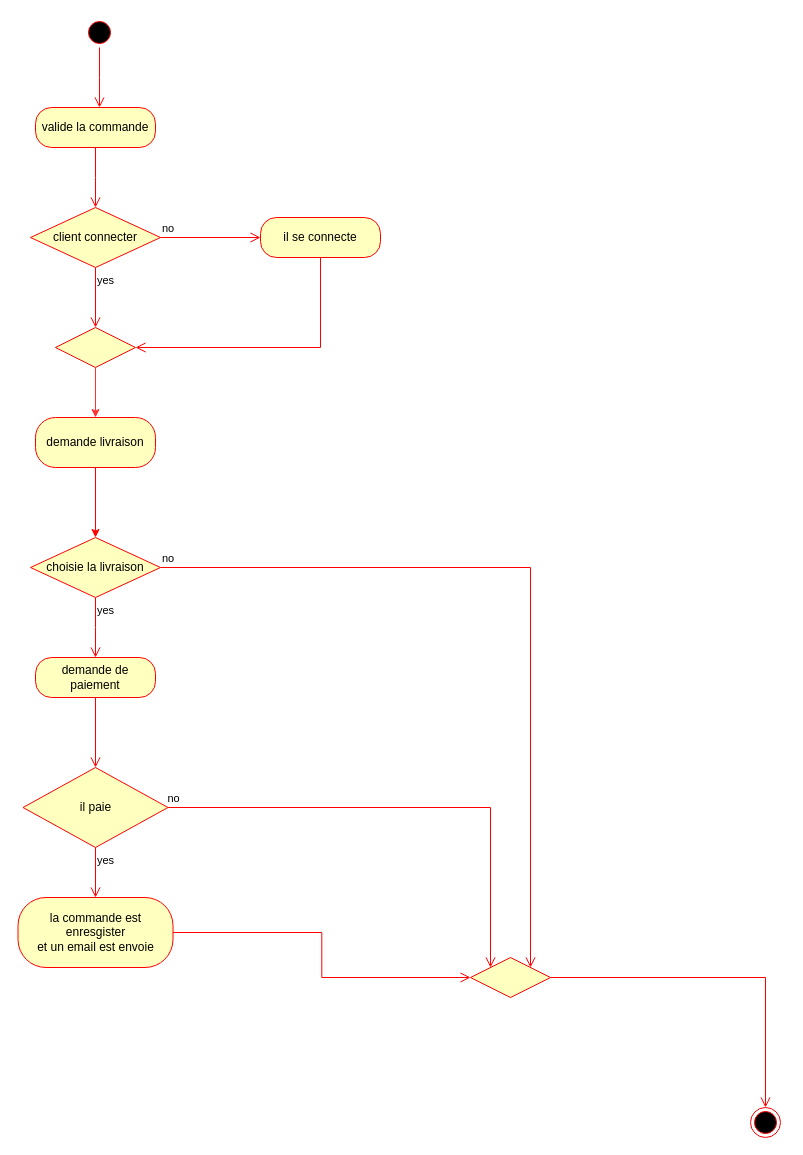
The draw.io diagram fil_rouge/diagramme d'activiter.drawio in qsaval/cda, before the edit. Source tidied: cells renumbered, new cells numbered last; positions are measured from the earlier drawing's top-left corner, leaving out a move shared by most shapes. Both pictures are drawn from the tidied source at 100%, with x=0, y=0 at pixel (18, 17).
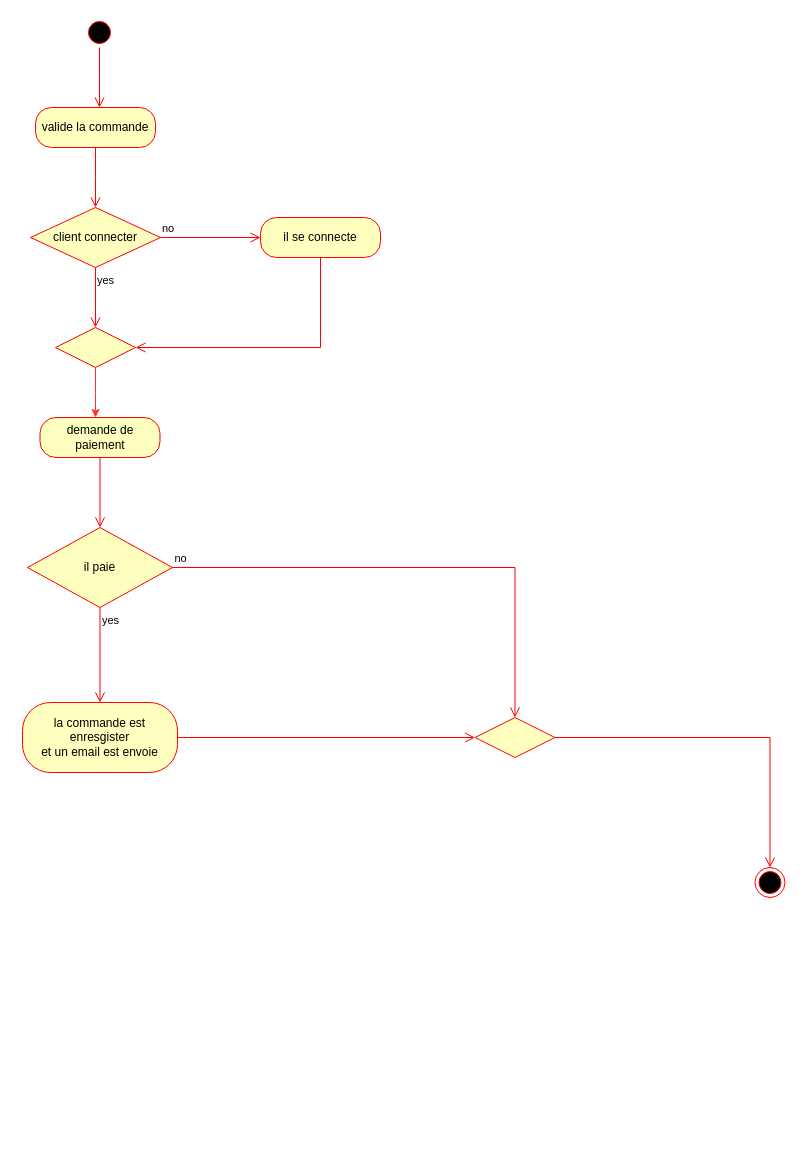
The same diagram, later.

The change refers to these unchanged cells:
```xml
<mxCell id="12" style="rhombus;whiteSpace=wrap;html=1;fontColor=#000000;fillColor=#ffffc0;strokeColor=#ff0000;" parent="1" vertex="1">
  <mxGeometry x="37" y="310" width="80" height="40" as="geometry" />
</mxCell>
```

The edit, as a diff of the source:
```diff
@@
-    <mxCell id="11" style="edgeStyle=orthogonalEdgeStyle;rounded=0;jettySize=auto;html=1;strokeColor=#FF3333;" parent="1" edge="1" source="12" target="14">
-      <mxGeometry relative="1" as="geometry" />
+    <mxCell id="11" style="edgeStyle=orthogonalEdgeStyle;rounded=0;jettySize=auto;html=1;strokeColor=#FF3333;" parent="1" edge="1" source="12">
+      <mxGeometry relative="1" as="geometry">
+        <mxPoint x="77" y="400" as="targetPoint" />
+      </mxGeometry>
     </mxCell>
@@
-    <mxCell id="13" style="edgeStyle=orthogonalEdgeStyle;rounded=0;jettySize=auto;html=1;entryX=0.5;entryY=0;entryDx=0;entryDy=0;fillColor=#a20025;strokeColor=#FF0000;" parent="1" edge="1" source="14" target="16">
-      <mxGeometry relative="1" as="geometry" />
-    </mxCell>
-    <mxCell id="14" value="demande livraison" style="rounded=1;whiteSpace=wrap;html=1;arcSize=40;fontColor=#000000;fillColor=#ffffc0;strokeColor=#ff0000;" parent="1" vertex="1">
-      <mxGeometry x="17" y="400" width="120" height="50" as="geometry" />
-    </mxCell>
     <mxCell id="15" style="ellipse;html=1;shape=endState;fillColor=#000000;strokeColor=#ff0000;" parent="1" vertex="1">
-      <mxGeometry x="732" y="1090" width="30" height="30" as="geometry" />
+      <mxGeometry x="736.5" y="850" width="30" height="30" as="geometry" />
     </mxCell>
-    <mxCell id="16" value="choisie la livraison" style="rhombus;whiteSpace=wrap;html=1;fontColor=#000000;fillColor=#ffffc0;strokeColor=#ff0000;" parent="1" vertex="1">
-      <mxGeometry x="12" y="520" width="130" height="60" as="geometry" />
-    </mxCell>
-    <mxCell id="17" value="no" style="edgeStyle=orthogonalEdgeStyle;html=1;align=left;verticalAlign=bottom;endArrow=open;endSize=8;strokeColor=#ff0000;rounded=0;entryX=1;entryY=0;entryDx=0;entryDy=0;" parent="1" edge="1" source="16" target="27">
-      <mxGeometry x="-1" relative="1" as="geometry" />
-    </mxCell>
-    <mxCell id="18" value="yes" style="edgeStyle=orthogonalEdgeStyle;html=1;align=left;verticalAlign=top;endArrow=open;endSize=8;strokeColor=#ff0000;rounded=0;" parent="1" edge="1" source="16">
-      <mxGeometry x="-1" relative="1" as="geometry">
-        <mxPoint x="77" y="640" as="targetPoint" />
-      </mxGeometry>
-    </mxCell>
     <mxCell id="19" value="demande de paiement" style="rounded=1;whiteSpace=wrap;html=1;arcSize=40;fontColor=#000000;fillColor=#ffffc0;strokeColor=#ff0000;" parent="1" vertex="1">
-      <mxGeometry x="17" y="640" width="120" height="40" as="geometry" />
+      <mxGeometry x="21.5" y="400" width="120" height="40" as="geometry" />
     </mxCell>
@@
     <mxCell id="21" value="il paie" style="rhombus;whiteSpace=wrap;html=1;fontColor=#000000;fillColor=#ffffc0;strokeColor=#ff0000;" parent="1" vertex="1">
-      <mxGeometry x="4.5" y="750" width="145" height="80" as="geometry" />
+      <mxGeometry x="9" y="510" width="145" height="80" as="geometry" />
     </mxCell>
-    <mxCell id="22" style="edgeStyle=orthogonalEdgeStyle;html=1;align=left;verticalAlign=bottom;endArrow=open;endSize=8;strokeColor=#ff0000;rounded=0;entryX=0;entryY=0;entryDx=0;entryDy=0;" parent="1" edge="1" source="21" target="27">
+    <mxCell id="22" style="edgeStyle=orthogonalEdgeStyle;html=1;align=left;verticalAlign=bottom;endArrow=open;endSize=8;strokeColor=#ff0000;rounded=0;entryX=0.5;entryY=0;entryDx=0;entryDy=0;" parent="1" edge="1" source="21" target="27">
       <mxGeometry x="-1" relative="1" as="geometry" />
     </mxCell>
@@
-    <mxCell id="24" value="yes" style="html=1;align=left;verticalAlign=top;endArrow=open;endSize=8;strokeColor=#ff0000;rounded=0;exitX=0.5;exitY=1;exitDx=0;exitDy=0;" parent="1" edge="1" source="21">
-      <mxGeometry x="-1" relative="1" as="geometry">
-        <mxPoint x="77" y="880" as="targetPoint" />
-      </mxGeometry>
+    <mxCell id="24" value="yes" style="html=1;align=left;verticalAlign=top;endArrow=open;endSize=8;strokeColor=#ff0000;rounded=0;exitX=0.5;exitY=1;exitDx=0;exitDy=0;entryX=0.5;entryY=0;entryDx=0;entryDy=0;" parent="1" edge="1" source="21" target="25">
+      <mxGeometry x="-1" relative="1" as="geometry" />
     </mxCell>
     <mxCell id="25" value="la commande est enresgister&lt;br&gt;et un email est envoie" style="rounded=1;whiteSpace=wrap;html=1;arcSize=40;fontColor=#000000;fillColor=#ffffc0;strokeColor=#ff0000;" parent="1" vertex="1">
-      <mxGeometry x="-0.5" y="880" width="155" height="70" as="geometry" />
+      <mxGeometry x="4" y="685" width="155" height="70" as="geometry" />
     </mxCell>
@@
     <mxCell id="27" style="rhombus;whiteSpace=wrap;html=1;fontColor=#000000;fillColor=#ffffc0;strokeColor=#ff0000;" parent="1" vertex="1">
-      <mxGeometry x="452" y="940" width="80" height="40" as="geometry" />
+      <mxGeometry x="456.5" y="700" width="80" height="40" as="geometry" />
     </mxCell>
```
